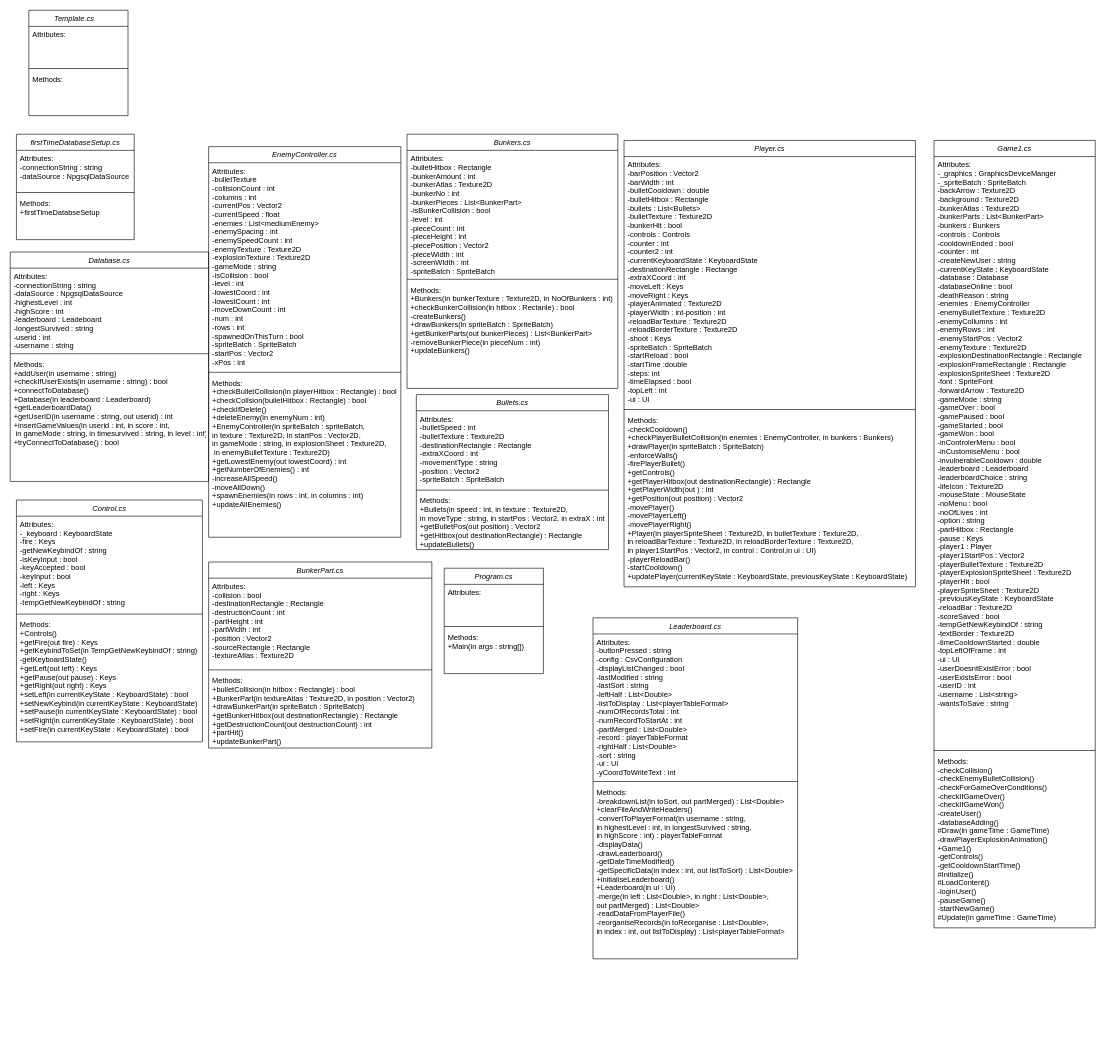
Before: Diagrams/ClassDiagramFinal.drawio in Ferogreywolf7/Alien-Attack, a draw.io diagram. Source tidied: cells renumbered, new cells numbered last; positions are measured from the earlier drawing's top-left corner, leaving out a move shared by most shapes. Both pictures are drawn from the tidied source at 62%, with x=0, y=0 at pixel (10, 10).
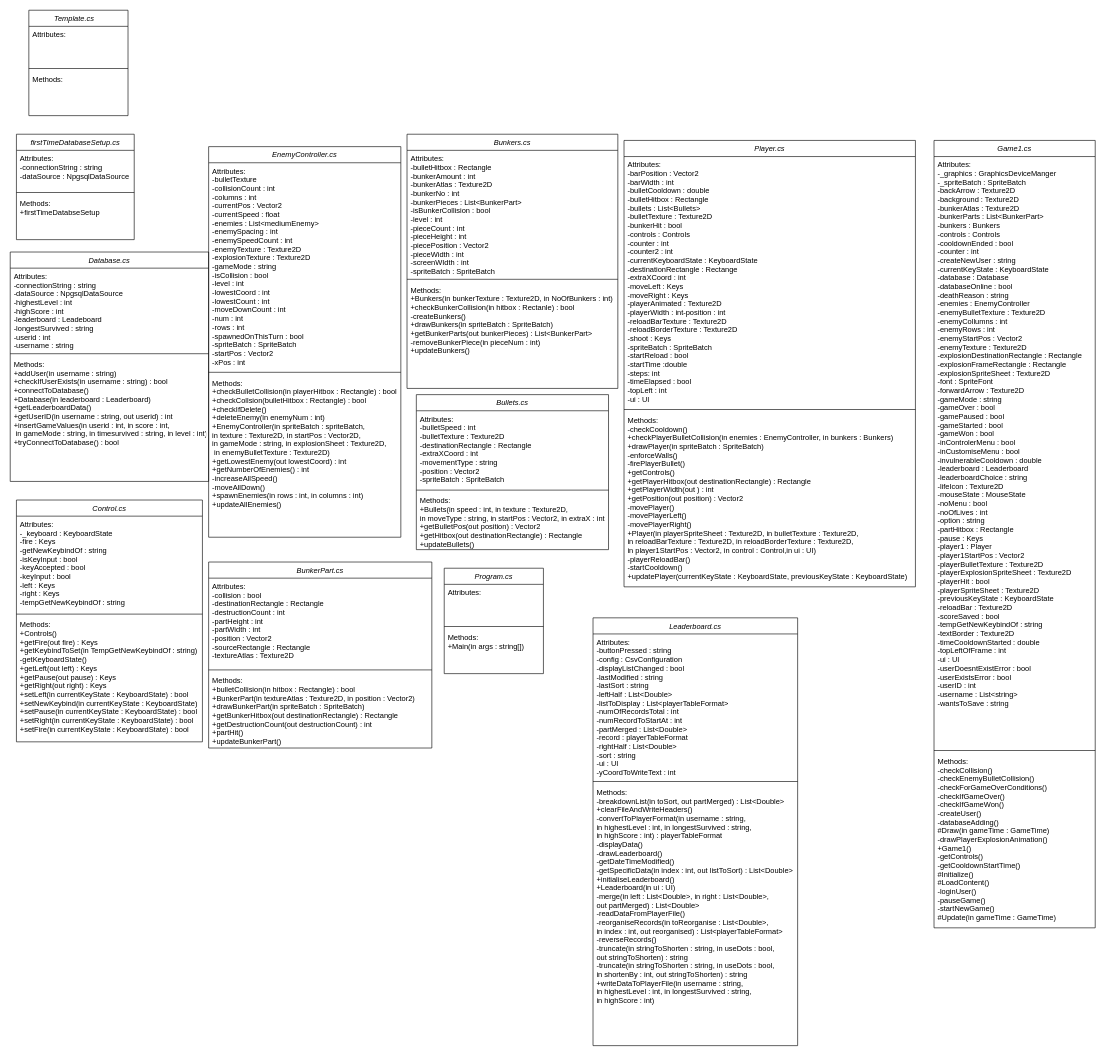
The same page after the edit.

Change to the diagram source:
```diff
@@
     <mxCell id="46" value="Leaderboard.cs" style="swimlane;fontStyle=2;align=center;verticalAlign=top;horizontal=1;startSize=26;rounded=0;shadow=0;strokeWidth=1;" parent="1" vertex="1">
-      <mxGeometry x="940" y="980" width="330" height="550" as="geometry" />
+      <mxGeometry x="940" y="980" width="330" height="690" as="geometry" />
     </mxCell>
@@
-    <mxCell id="49" value="Methods:&#10;-breakdownList(in toSort, out partMerged) : List&lt;Double&gt;&#10;+clearFileAndWriteHeaders()&#10;-convertToPlayerFormat(in username : string, &#10;in highestLevel : int, in longestSurvived : string, &#10;in highScore : int) : playerTableFormat&#10;-displayData()&#10;-drawLeaderboard()&#10;-getDateTimeModified()&#10;-getSpecificData(in index : int, out listToSort) : List&lt;Double&gt;&#10;+initialiseLeaderboard()&#10;+Leaderboard(in ui : UI)&#10;-merge(in left : List&lt;Double&gt;, in right : List&lt;Double&gt;, &#10;out partMerged) : List&lt;Double&gt;&#10;-readDataFromPlayerFile()&#10;-reorganiseRecords(in toReorganise : List&lt;Double&gt;, &#10;in index : int, out listToDisplay) : List&lt;playerTableFormat&gt;" style="text;align=left;verticalAlign=top;spacingLeft=4;spacingRight=4;overflow=hidden;" parent="46" vertex="1">
-      <mxGeometry y="268" width="330" height="282" as="geometry" />
+    <mxCell id="49" value="Methods:&#10;-breakdownList(in toSort, out partMerged) : List&lt;Double&gt;&#10;+clearFileAndWriteHeaders()&#10;-convertToPlayerFormat(in username : string, &#10;in highestLevel : int, in longestSurvived : string, &#10;in highScore : int) : playerTableFormat&#10;-displayData()&#10;-drawLeaderboard()&#10;-getDateTimeModified()&#10;-getSpecificData(in index : int, out listToSort) : List&lt;Double&gt;&#10;+initialiseLeaderboard()&#10;+Leaderboard(in ui : UI)&#10;-merge(in left : List&lt;Double&gt;, in right : List&lt;Double&gt;, &#10;out partMerged) : List&lt;Double&gt;&#10;-readDataFromPlayerFile()&#10;-reorganiseRecords(in toReorganise : List&lt;Double&gt;, &#10;in index : int, out reorganised) : List&lt;playerTableFormat&gt;&#10;-reverseRecords()&#10;-truncate(in stringToShorten : string, in useDots : bool, &#10;out stringToShorten) : string&#10;-truncate(in stringToShorten : string, in useDots : bool, &#10;in shortenBy : int, out stringToShorten) : string&#10;+writeDataToPlayerFile(in username : string, &#10;in highestLevel : int, in longestSurvived : string, &#10;in highScore : int)&#10;" style="text;align=left;verticalAlign=top;spacingLeft=4;spacingRight=4;overflow=hidden;" parent="46" vertex="1">
+      <mxGeometry y="268" width="330" height="422" as="geometry" />
     </mxCell>
```
